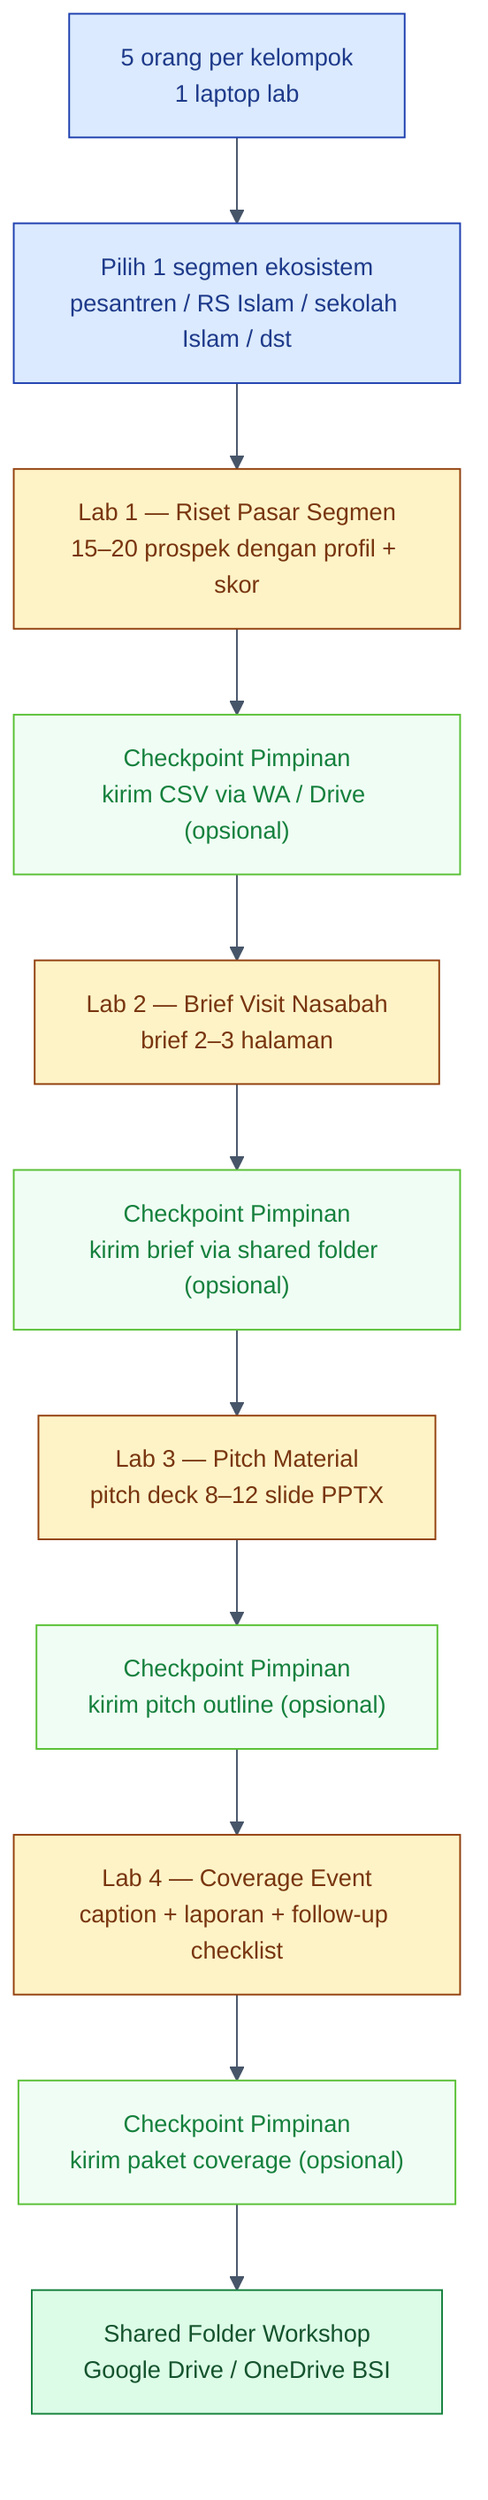
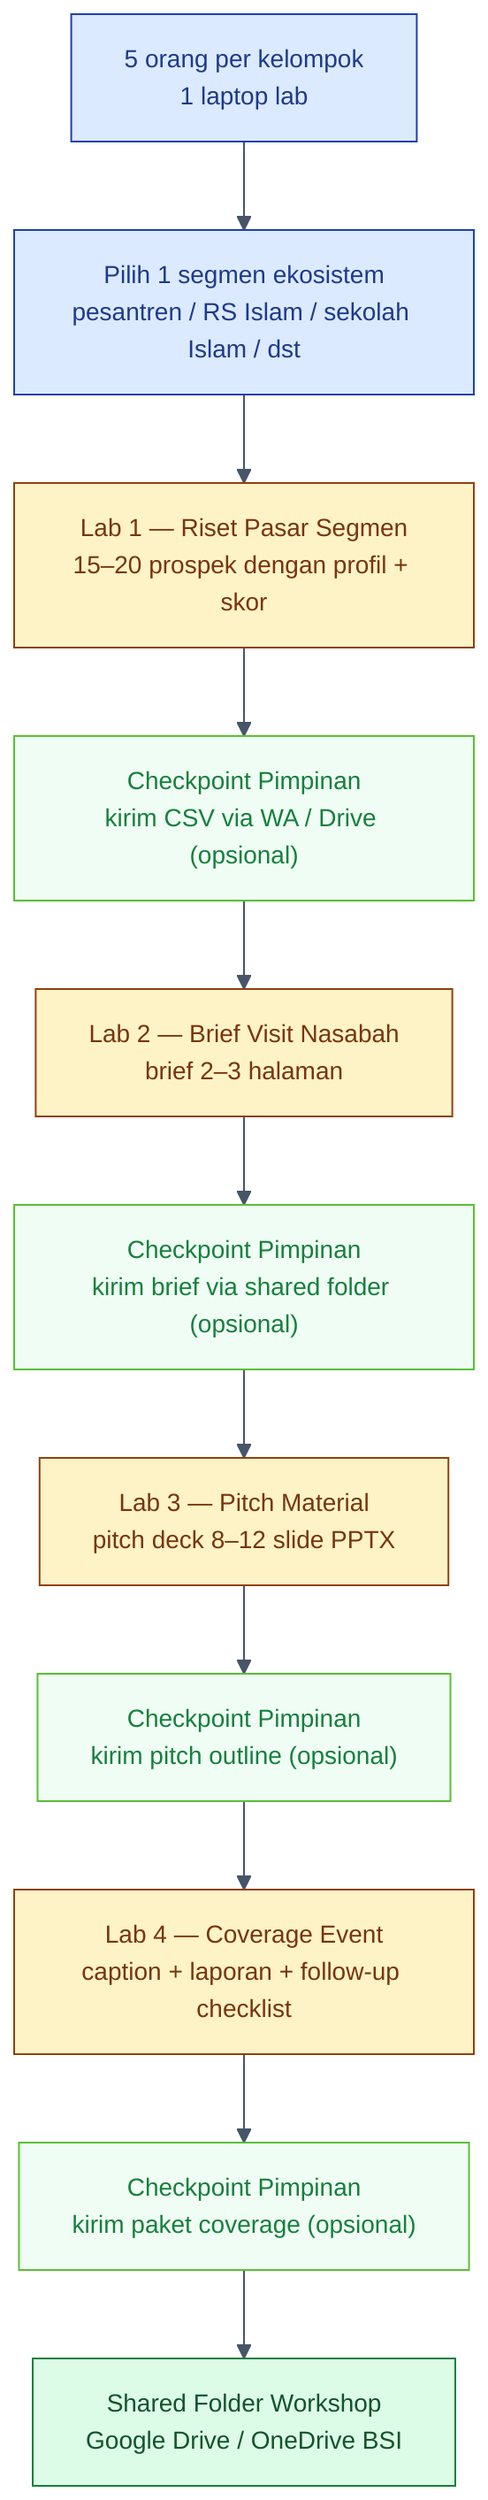
- ---
- config:
-   theme: base
-   themeVariables:
-     primaryColor: "#fef3c7"
-     primaryTextColor: "#78350f"
-     primaryBorderColor: "#92400e"
-     lineColor: "#475569"
-     fontSize: "14px"
- ---
+ %%{init: {"theme": "base", "flowchart": {"htmlLabels": false, "useMaxWidth": false}, "themeVariables": {"primaryColor": "#fef3c7", "primaryTextColor": "#78350f", "primaryBorderColor": "#92400e", "lineColor": "#475569", "fontSize": "14px"}} }%%
flowchart TD
    classDef setup fill:#dbeafe,stroke:#1e40af,color:#1e3a8a
    classDef lab fill:#fef3c7,stroke:#92400e,color:#78350f
    classDef output fill:#dcfce7,stroke:#15803d,color:#14532d
    classDef checkpoint fill:#f0fdf4,stroke:#58c034,color:#15803d

    A["5 orang per kelompok<br/>1 laptop lab"]:::setup
    B["Pilih 1 segmen ekosistem<br/>pesantren / RS Islam / sekolah Islam / dst"]:::setup
    C["Lab 1 — Riset Pasar Segmen<br/>15–20 prospek dengan profil + skor"]:::lab
    CP1["Checkpoint Pimpinan<br/>kirim CSV via WA / Drive (opsional)"]:::checkpoint
    D["Lab 2 — Brief Visit Nasabah<br/>brief 2–3 halaman"]:::lab
    CP2["Checkpoint Pimpinan<br/>kirim brief via shared folder (opsional)"]:::checkpoint
    E["Lab 3 — Pitch Material<br/>pitch deck 8–12 slide PPTX"]:::lab
    CP3["Checkpoint Pimpinan<br/>kirim pitch outline (opsional)"]:::checkpoint
    F["Lab 4 — Coverage Event<br/>caption + laporan + follow-up checklist"]:::lab
    CP4["Checkpoint Pimpinan<br/>kirim paket coverage (opsional)"]:::checkpoint
    G["Shared Folder Workshop<br/>Google Drive / OneDrive BSI"]:::output

    A --> B
    B --> C
    C --> CP1
    CP1 --> D
    D --> CP2
    CP2 --> E
    E --> CP3
    CP3 --> F
    F --> CP4
    CP4 --> G
